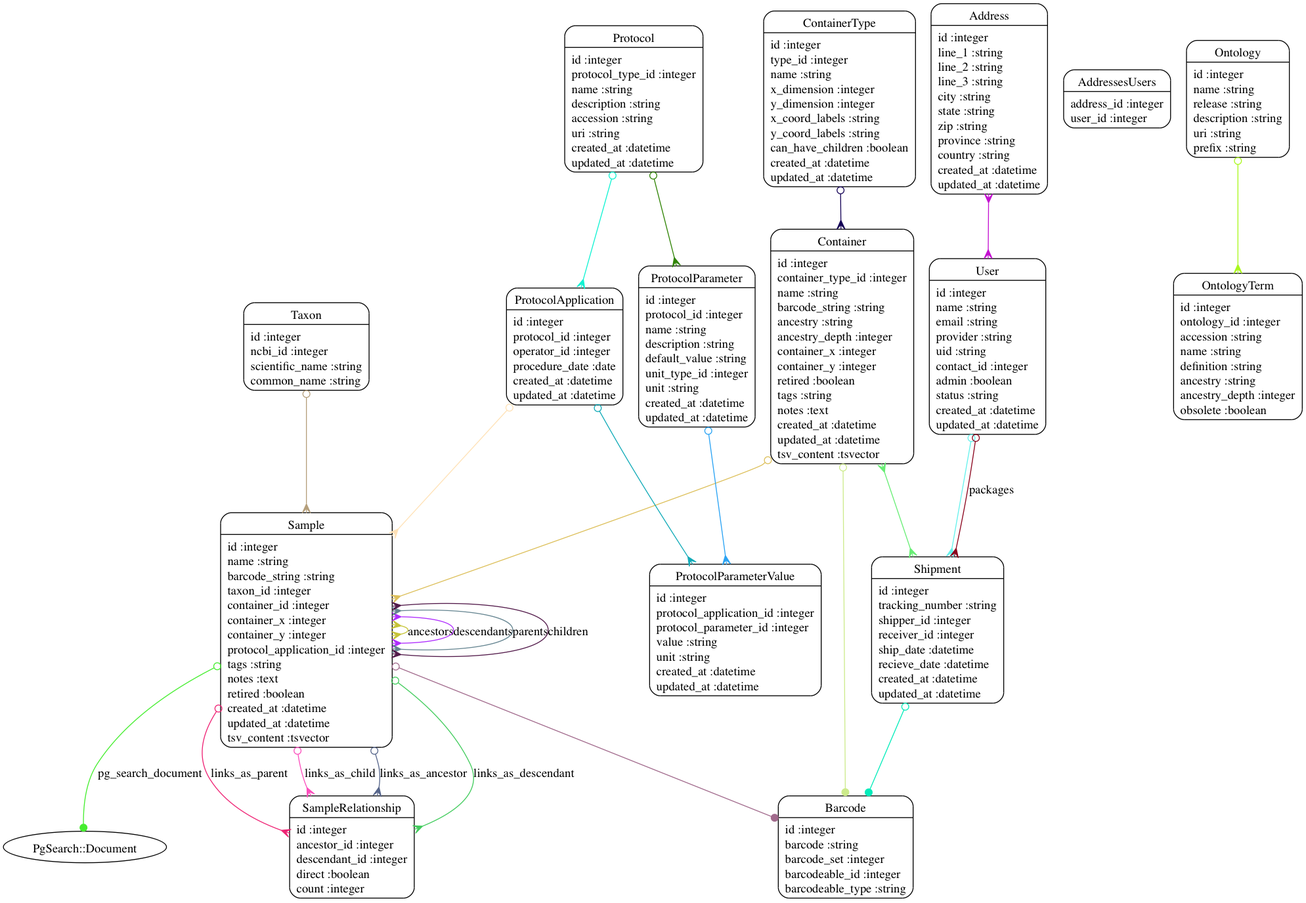
Earlier version of the Graphviz export models.png (dimitras/collos). Its source is kept beside it as models.dot.
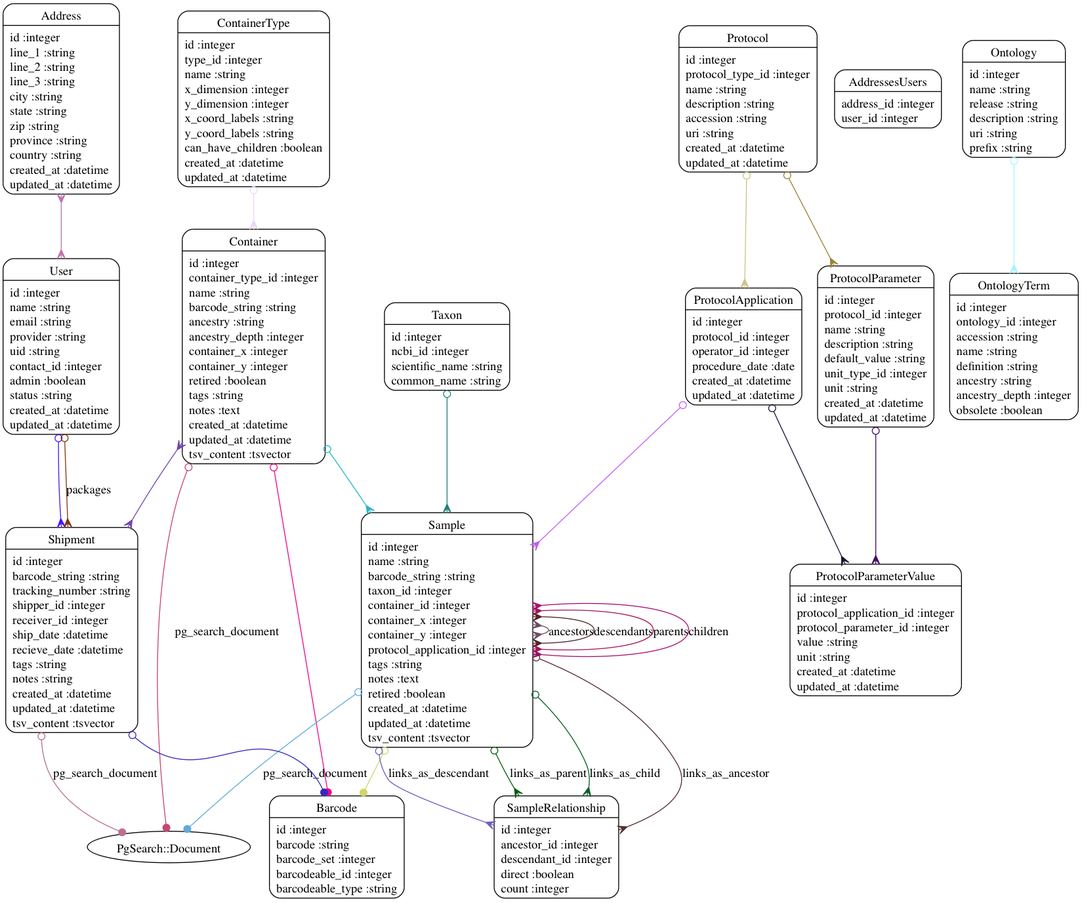
Later version of the same file.

What changed in the source:
```diff
@@ -13,32 +13,34 @@
 	"ProtocolParameterValue" [shape=Mrecord, label="{ProtocolParameterValue|id :integer\lprotocol_application_id :integer\lprotocol_parameter_id :integer\lvalue :string\lunit :string\lcreated_at :datetime\lupdated_at :datetime\l}"]
 	"Sample" [shape=Mrecord, label="{Sample|id :integer\lname :string\lbarcode_string :string\ltaxon_id :integer\lcontainer_id :integer\lcontainer_x :integer\lcontainer_y :integer\lprotocol_application_id :integer\ltags :string\lnotes :text\lretired :boolean\lcreated_at :datetime\lupdated_at :datetime\ltsv_content :tsvector\l}"]
 	"SampleRelationship" [shape=Mrecord, label="{SampleRelationship|id :integer\lancestor_id :integer\ldescendant_id :integer\ldirect :boolean\lcount :integer\l}"]
-	"Shipment" [shape=Mrecord, label="{Shipment|id :integer\ltracking_number :string\lshipper_id :integer\lreceiver_id :integer\lship_date :datetime\lrecieve_date :datetime\lcreated_at :datetime\lupdated_at :datetime\l}"]
+	"Shipment" [shape=Mrecord, label="{Shipment|id :integer\lbarcode_string :string\ltracking_number :string\lshipper_id :integer\lreceiver_id :integer\lship_date :datetime\lrecieve_date :datetime\ltags :string\lnotes :string\lcreated_at :datetime\lupdated_at :datetime\ltsv_content :tsvector\l}"]
 	"Taxon" [shape=Mrecord, label="{Taxon|id :integer\lncbi_id :integer\lscientific_name :string\lcommon_name :string\l}"]
 	"User" [shape=Mrecord, label="{User|id :integer\lname :string\lemail :string\lprovider :string\luid :string\lcontact_id :integer\ladmin :boolean\lstatus :string\lcreated_at :datetime\lupdated_at :datetime\l}"]
-	"Address" -> "User" [arrowtail=crow, arrowhead=crow, dir=both color="#C310D0"]
-	"Container" -> "Sample" [arrowtail=odot, arrowhead=crow, dir=both color="#DCBF5B"]
-	"Container" -> "Barcode" [arrowtail=odot, arrowhead=dot, dir=both color="#CCEA8B"]
-	"Container" -> "Shipment" [arrowtail=crow, arrowhead=crow, dir=both color="#67ED74"]
-	"ContainerType" -> "Container" [arrowtail=odot, arrowhead=crow, dir=both color="#140256"]
-	"Ontology" -> "OntologyTerm" [arrowtail=odot, arrowhead=crow, dir=both color="#AAF71D"]
-	"Protocol" -> "ProtocolApplication" [arrowtail=odot, arrowhead=crow, dir=both color="#10F2D2"]
-	"Protocol" -> "ProtocolParameter" [arrowtail=odot, arrowhead=crow, dir=both color="#2F8304"]
-	"ProtocolApplication" -> "Sample" [arrowtail=odot, arrowhead=crow, dir=both color="#FEE1B6"]
-	"ProtocolApplication" -> "ProtocolParameterValue" [arrowtail=odot, arrowhead=crow, dir=both color="#11AAB7"]
-	"ProtocolParameter" -> "ProtocolParameterValue" [arrowtail=odot, arrowhead=crow, dir=both color="#29A2F3"]
-	"Sample" -> "Barcode" [arrowtail=odot, arrowhead=dot, dir=both color="#A16A8C"]
-	"Sample" -> "SampleRelationship" [label="links_as_ancestor", arrowtail=odot, arrowhead=crow, dir=both color="#56658A"]
-	"Sample" -> "SampleRelationship" [label="links_as_descendant", arrowtail=odot, arrowhead=crow, dir=both color="#41CB5C"]
-	"Sample" -> "Sample" [label="ancestors", arrowtail=crow, arrowhead=crow, dir=both color="#C5C336"]
-	"Sample" -> "Sample" [label="descendants", arrowtail=crow, arrowhead=crow, dir=both color="#AE2CFD"]
-	"Sample" -> "SampleRelationship" [label="links_as_parent", arrowtail=odot, arrowhead=crow, dir=both color="#EE2374"]
-	"Sample" -> "SampleRelationship" [label="links_as_child", arrowtail=odot, arrowhead=crow, dir=both color="#FB4EBC"]
-	"Sample" -> "Sample" [label="parents", arrowtail=crow, arrowhead=crow, dir=both color="#648490"]
-	"Sample" -> "Sample" [label="children", arrowtail=crow, arrowhead=crow, dir=both color="#521A4A"]
-	"Sample" -> "PgSearch::Document" [label="pg_search_document", arrowtail=odot, arrowhead=dot, dir=both color="#45ED2F"]
-	"Shipment" -> "Barcode" [arrowtail=odot, arrowhead=dot, dir=both color="#04EBBA"]
-	"Taxon" -> "Sample" [arrowtail=odot, arrowhead=crow, dir=both color="#B59F7B"]
-	"User" -> "Shipment" [arrowtail=odot, arrowhead=crow, dir=both color="#64F1EC"]
-	"User" -> "Shipment" [label="packages", arrowtail=odot, arrowhead=crow, dir=both color="#8A041D"]
+	"Address" -> "User" [arrowtail=crow, arrowhead=crow, dir=both color="#BF74AD"]
+	"Container" -> "Sample" [arrowtail=odot, arrowhead=crow, dir=both color="#24B5C4"]
+	"Container" -> "Barcode" [arrowtail=odot, arrowhead=dot, dir=both color="#EF0789"]
+	"Container" -> "Shipment" [arrowtail=crow, arrowhead=crow, dir=both color="#7145AF"]
+	"Container" -> "PgSearch::Document" [label="pg_search_document", arrowtail=odot, arrowhead=dot, dir=both color="#C54574"]
+	"ContainerType" -> "Container" [arrowtail=odot, arrowhead=crow, dir=both color="#EBD5FB"]
+	"Ontology" -> "OntologyTerm" [arrowtail=odot, arrowhead=crow, dir=both color="#ABF3FE"]
+	"Protocol" -> "ProtocolApplication" [arrowtail=odot, arrowhead=crow, dir=both color="#CBC387"]
+	"Protocol" -> "ProtocolParameter" [arrowtail=odot, arrowhead=crow, dir=both color="#988235"]
+	"ProtocolApplication" -> "Sample" [arrowtail=odot, arrowhead=crow, dir=both color="#C05EF5"]
+	"ProtocolApplication" -> "ProtocolParameterValue" [arrowtail=odot, arrowhead=crow, dir=both color="#1F1231"]
+	"ProtocolParameter" -> "ProtocolParameterValue" [arrowtail=odot, arrowhead=crow, dir=both color="#400E65"]
+	"Sample" -> "Barcode" [arrowtail=odot, arrowhead=dot, dir=both color="#CFD66B"]
+	"Sample" -> "SampleRelationship" [label="links_as_ancestor", arrowtail=odot, arrowhead=crow, dir=both color="#552B2F"]
+	"Sample" -> "SampleRelationship" [label="links_as_descendant", arrowtail=odot, arrowhead=crow, dir=both color="#6C5DC4"]
+	"Sample" -> "Sample" [label="ancestors", arrowtail=crow, arrowhead=crow, dir=both color="#6D4B66"]
+	"Sample" -> "Sample" [label="descendants", arrowtail=crow, arrowhead=crow, dir=both color="#4D2524"]
+	"Sample" -> "SampleRelationship" [label="links_as_parent", arrowtail=odot, arrowhead=crow, dir=both color="#0A5E0E"]
+	"Sample" -> "SampleRelationship" [label="links_as_child", arrowtail=odot, arrowhead=crow, dir=both color="#055F26"]
+	"Sample" -> "Sample" [label="parents", arrowtail=crow, arrowhead=crow, dir=both color="#A51355"]
+	"Sample" -> "Sample" [label="children", arrowtail=crow, arrowhead=crow, dir=both color="#A6116F"]
+	"Sample" -> "PgSearch::Document" [label="pg_search_document", arrowtail=odot, arrowhead=dot, dir=both color="#60ABDA"]
+	"Shipment" -> "Barcode" [arrowtail=odot, arrowhead=dot, dir=both color="#3429BA"]
+	"Shipment" -> "PgSearch::Document" [label="pg_search_document", arrowtail=odot, arrowhead=dot, dir=both color="#BB6F92"]
+	"Taxon" -> "Sample" [arrowtail=odot, arrowhead=crow, dir=both color="#25817A"]
+	"User" -> "Shipment" [arrowtail=odot, arrowhead=crow, dir=both color="#4A14F9"]
+	"User" -> "Shipment" [label="packages", arrowtail=odot, arrowhead=crow, dir=both color="#7F380C"]
 }
```
